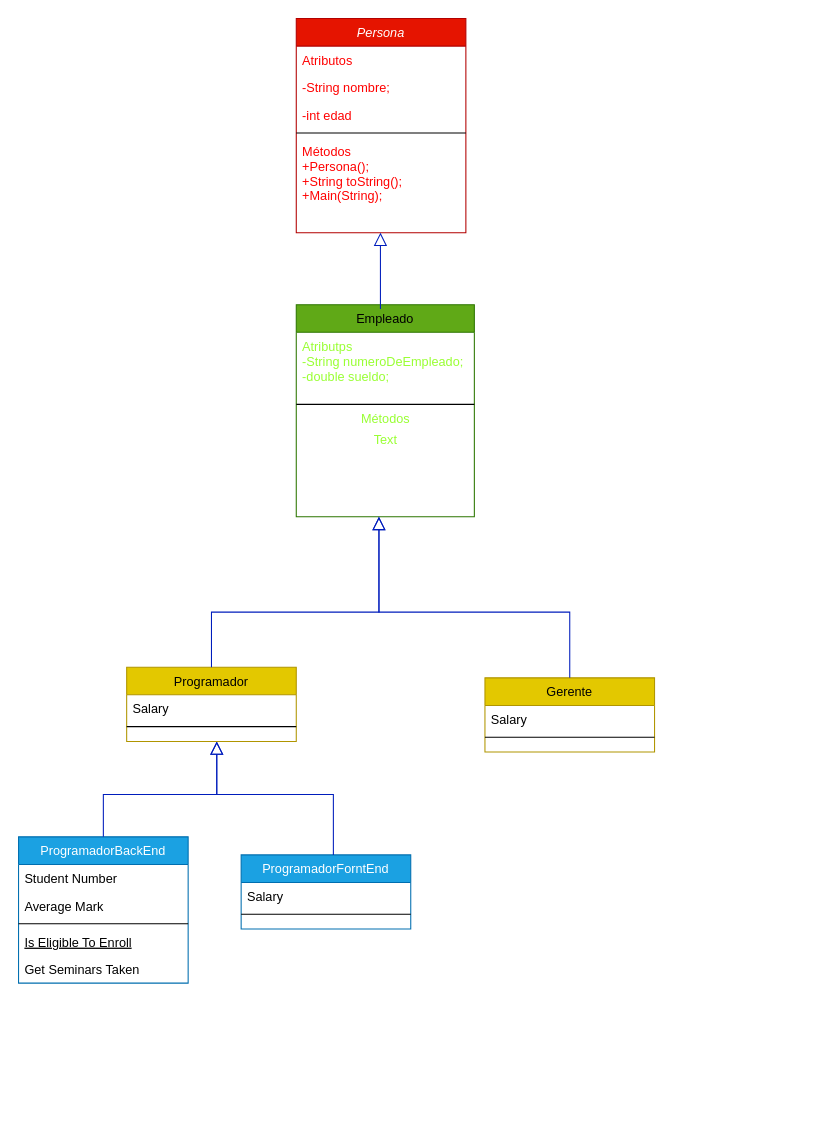
Earlier version of the draw.io diagram p8.drawio (alan-carrasco/Pr-ctica). Source tidied: cells renumbered, new cells numbered last; positions are measured from the earlier drawing's top-left corner, leaving out a move shared by most shapes. Both pictures are drawn from the tidied source at 106%, with x=0, y=0 at pixel (18, 18).
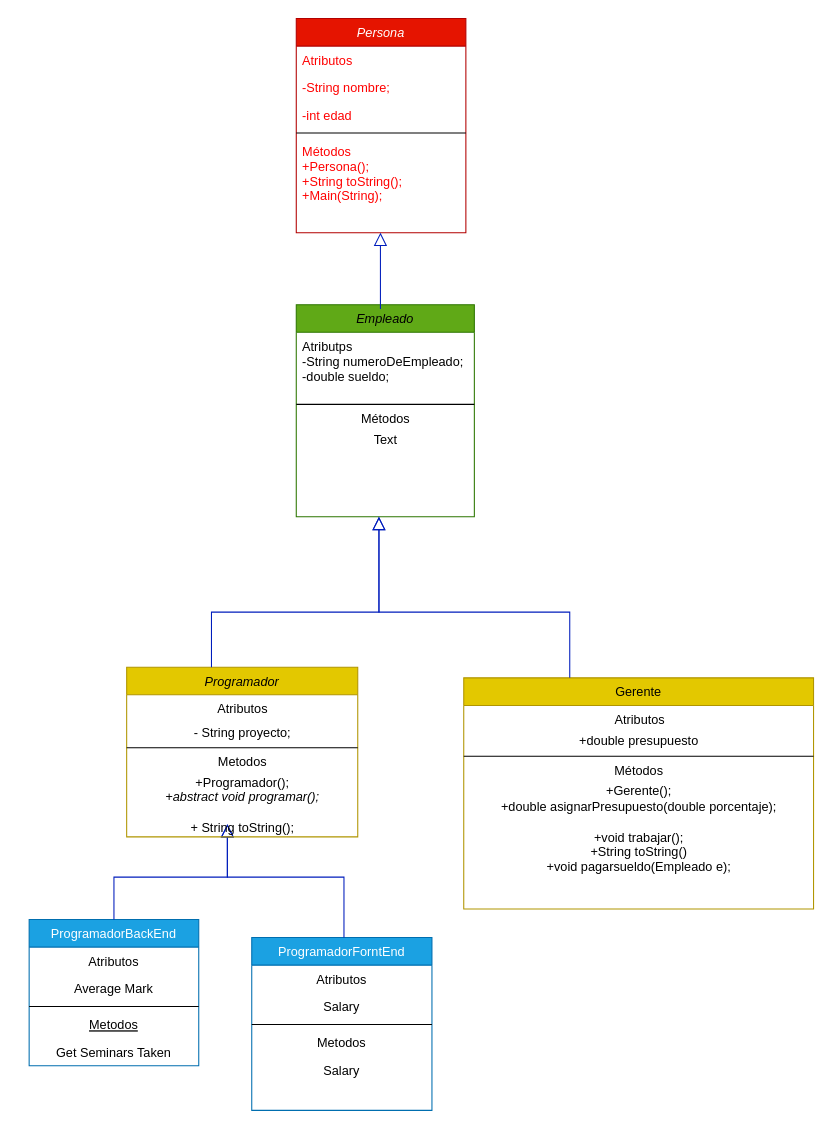
After the change.

What changed in the source:
```diff
@@
-    <mxCell id="8" value="Empleado" style="swimlane;fontStyle=0;align=center;verticalAlign=top;horizontal=1;startSize=26;rounded=0;shadow=0;strokeWidth=1;fillColor=#60a917;fontColor=#000000;strokeColor=#2D7600;" parent="1" vertex="1">
+    <mxCell id="8" value="Empleado" style="swimlane;fontStyle=2;align=center;verticalAlign=top;horizontal=1;startSize=26;rounded=0;shadow=0;strokeWidth=1;fillColor=#60a917;fontColor=#000000;strokeColor=#2D7600;" parent="1" vertex="1">
       <mxGeometry x="262" y="270" width="168" height="200" as="geometry" />
     </mxCell>
-    <mxCell id="9" value="Atributps&#10;-String numeroDeEmpleado;&#10;-double sueldo;&#10;" style="text;align=left;verticalAlign=top;spacingLeft=4;spacingRight=4;overflow=hidden;fontColor=#99FF33;" parent="8" vertex="1">
+    <mxCell id="9" value="Atributps&#10;-String numeroDeEmpleado;&#10;-double sueldo;&#10;" style="text;align=left;verticalAlign=top;spacingLeft=4;spacingRight=4;overflow=hidden;fontColor=#000000;" parent="8" vertex="1">
       <mxGeometry y="26" width="168" height="64" as="geometry" />
     </mxCell>
@@
-    <mxCell id="11" value="Métodos" style="text;html=1;align=center;verticalAlign=middle;strokeColor=none;fillColor=none;fontColor=#99FF33;" parent="8" vertex="1">
+    <mxCell id="11" value="Métodos" style="text;html=1;align=center;verticalAlign=middle;strokeColor=none;fillColor=none;fontColor=#000000;" parent="8" vertex="1">
       <mxGeometry y="98" width="168" height="20" as="geometry" />
     </mxCell>
-    <mxCell id="12" value="Text" style="text;html=1;align=center;verticalAlign=middle;strokeColor=none;fillColor=none;fontColor=#99FF33;" parent="8" vertex="1">
+    <mxCell id="12" value="Text" style="text;html=1;align=center;verticalAlign=middle;strokeColor=none;fillColor=none;fontColor=#000000;" parent="8" vertex="1">
       <mxGeometry y="118" width="168" height="20" as="geometry" />
     </mxCell>
     <mxCell id="13" value="ProgramadorBackEnd" style="swimlane;fontStyle=0;align=center;verticalAlign=top;horizontal=1;startSize=26;rounded=0;shadow=0;strokeWidth=1;fillColor=#1ba1e2;fontColor=#ffffff;strokeColor=#006EAF;" parent="1" vertex="1">
-      <mxGeometry y="772" width="160" height="138" as="geometry" />
+      <mxGeometry x="10" y="850" width="160" height="138" as="geometry" />
     </mxCell>
-    <mxCell id="14" value="Student Number" style="text;align=left;verticalAlign=top;spacingLeft=4;spacingRight=4;overflow=hidden;" parent="13" vertex="1">
+    <mxCell id="14" value="Atributos" style="text;align=center;verticalAlign=top;spacingLeft=4;spacingRight=4;overflow=hidden;" parent="13" vertex="1">
       <mxGeometry y="26" width="160" height="26" as="geometry" />
     </mxCell>
-    <mxCell id="15" value="Average Mark" style="text;align=left;verticalAlign=top;spacingLeft=4;spacingRight=4;overflow=hidden;rounded=0;shadow=0;html=0;" parent="13" vertex="1">
+    <mxCell id="15" value="Average Mark" style="text;align=center;verticalAlign=top;spacingLeft=4;spacingRight=4;overflow=hidden;rounded=0;shadow=0;html=0;" parent="13" vertex="1">
       <mxGeometry y="52" width="160" height="26" as="geometry" />
     </mxCell>
-    <mxCell id="16" style="line;html=1;strokeWidth=1;align=left;verticalAlign=middle;spacingTop=-1;spacingLeft=3;spacingRight=3;labelPosition=right;" parent="13" vertex="1">
+    <mxCell id="16" style="line;html=1;strokeWidth=1;align=center;verticalAlign=middle;spacingTop=-1;spacingLeft=3;spacingRight=3;labelPosition=right;" parent="13" vertex="1">
       <mxGeometry y="78" width="160" height="8" as="geometry" />
     </mxCell>
-    <mxCell id="17" value="Is Eligible To Enroll" style="text;align=left;verticalAlign=top;spacingLeft=4;spacingRight=4;overflow=hidden;fontStyle=4;" parent="13" vertex="1">
+    <mxCell id="17" value="Metodos" style="text;align=center;verticalAlign=top;spacingLeft=4;spacingRight=4;overflow=hidden;fontStyle=4;" parent="13" vertex="1">
       <mxGeometry y="86" width="160" height="26" as="geometry" />
     </mxCell>
-    <mxCell id="18" value="Get Seminars Taken" style="text;align=left;verticalAlign=top;spacingLeft=4;spacingRight=4;overflow=hidden;" parent="13" vertex="1">
+    <mxCell id="18" value="Get Seminars Taken" style="text;align=center;verticalAlign=top;spacingLeft=4;spacingRight=4;overflow=hidden;" parent="13" vertex="1">
       <mxGeometry y="112" width="160" height="26" as="geometry" />
     </mxCell>
-    <mxCell id="19" style="endArrow=block;endSize=10;endFill=0;shadow=0;strokeWidth=1;rounded=0;edgeStyle=elbowEdgeStyle;elbow=vertical;fillColor=#0050ef;strokeColor=#001DBC;" parent="1" edge="1" source="13">
+    <mxCell id="19" style="endArrow=block;endSize=10;endFill=0;shadow=0;strokeWidth=1;rounded=0;edgeStyle=elbowEdgeStyle;elbow=vertical;fillColor=#0050ef;strokeColor=#001DBC;fontColor=#000000;" parent="1" edge="1" source="13">
       <mxGeometry relative="1" as="geometry">
-        <mxPoint x="187" y="682" as="targetPoint" />
+        <mxPoint x="197" y="760" as="targetPoint" />
         <Array as="points">
-          <mxPoint x="80" y="732" />
-          <mxPoint x="187" y="558" />
+          <mxPoint x="90" y="810" />
+          <mxPoint x="197" y="636" />
         </Array>
       </mxGeometry>
     </mxCell>
     <mxCell id="20" value="ProgramadorForntEnd" style="swimlane;fontStyle=0;align=center;verticalAlign=top;horizontal=1;startSize=26;rounded=0;shadow=0;strokeWidth=1;fillColor=#1ba1e2;fontColor=#ffffff;strokeColor=#006EAF;" parent="1" vertex="1">
-      <mxGeometry x="210" y="789" width="160" height="70" as="geometry" />
+      <mxGeometry x="220" y="867" width="170" height="163" as="geometry" />
     </mxCell>
-    <mxCell id="21" value="Salary" style="text;align=left;verticalAlign=top;spacingLeft=4;spacingRight=4;overflow=hidden;" parent="20" vertex="1">
-      <mxGeometry y="26" width="160" height="26" as="geometry" />
+    <mxCell id="21" value="Atributos" style="text;align=center;verticalAlign=top;spacingLeft=4;spacingRight=4;overflow=hidden;" parent="20" vertex="1">
+      <mxGeometry y="26" width="170" height="26" as="geometry" />
     </mxCell>
+    <mxCell id="33" value="Salary" style="text;align=center;verticalAlign=top;spacingLeft=4;spacingRight=4;overflow=hidden;" parent="20" vertex="1">
+      <mxGeometry y="52" width="170" height="26" as="geometry" />
+    </mxCell>
-    <mxCell id="22" style="line;html=1;strokeWidth=1;align=left;verticalAlign=middle;spacingTop=-1;spacingLeft=3;spacingRight=3;labelPosition=right;" parent="20" vertex="1">
-      <mxGeometry y="52" width="160" height="8" as="geometry" />
+    <mxCell id="22" style="line;html=1;strokeWidth=1;align=center;verticalAlign=middle;spacingTop=-1;spacingLeft=3;spacingRight=3;labelPosition=right;" parent="20" vertex="1">
+      <mxGeometry y="78" width="170" height="8" as="geometry" />
     </mxCell>
+    <mxCell id="34" value="Metodos" style="text;align=center;verticalAlign=top;spacingLeft=4;spacingRight=4;overflow=hidden;" parent="20" vertex="1">
+      <mxGeometry y="86" width="170" height="26" as="geometry" />
+    </mxCell>
+    <mxCell id="35" value="Salary" style="text;align=center;verticalAlign=top;spacingLeft=4;spacingRight=4;overflow=hidden;" parent="20" vertex="1">
+      <mxGeometry y="112" width="170" height="26" as="geometry" />
+    </mxCell>
-    <mxCell id="23" style="endArrow=block;endSize=10;endFill=0;shadow=0;strokeWidth=1;rounded=0;edgeStyle=elbowEdgeStyle;elbow=vertical;fillColor=#0050ef;strokeColor=#001DBC;" parent="1" edge="1" source="20">
+    <mxCell id="23" style="endArrow=block;endSize=10;endFill=0;shadow=0;strokeWidth=1;rounded=0;edgeStyle=elbowEdgeStyle;elbow=vertical;fillColor=#0050ef;strokeColor=#001DBC;fontColor=#000000;" parent="1" edge="1" source="20">
       <mxGeometry relative="1" as="geometry">
-        <mxPoint x="187" y="682" as="targetPoint" />
+        <mxPoint x="197" y="760" as="targetPoint" />
         <Array as="points">
-          <mxPoint x="297" y="732" />
-          <mxPoint x="187" y="558" />
+          <mxPoint x="307" y="810" />
+          <mxPoint x="197" y="636" />
         </Array>
       </mxGeometry>
     </mxCell>
-    <mxCell id="24" value="Programador" style="swimlane;fontStyle=0;align=center;verticalAlign=top;horizontal=1;startSize=26;rounded=0;shadow=0;strokeWidth=1;fillColor=#e3c800;fontColor=#000000;strokeColor=#B09500;" parent="1" vertex="1">
-      <mxGeometry x="102" y="612" width="160" height="70" as="geometry" />
+    <mxCell id="24" value="Programador" style="swimlane;fontStyle=2;align=center;verticalAlign=top;horizontal=1;startSize=26;rounded=0;shadow=0;strokeWidth=1;fillColor=#e3c800;fontColor=#000000;strokeColor=#B09500;" parent="1" vertex="1">
+      <mxGeometry x="102" y="612" width="218" height="160" as="geometry" />
     </mxCell>
-    <mxCell id="25" value="Salary" style="text;align=left;verticalAlign=top;spacingLeft=4;spacingRight=4;overflow=hidden;" parent="24" vertex="1">
-      <mxGeometry y="26" width="160" height="26" as="geometry" />
+    <mxCell id="25" value="                        Atributos" style="text;align=left;verticalAlign=top;spacingLeft=4;spacingRight=4;overflow=hidden;fontColor=#000000;" parent="24" vertex="1">
+      <mxGeometry y="26" width="218" height="26" as="geometry" />
     </mxCell>
+    <mxCell id="36" value="- String proyecto;" style="text;html=1;align=center;verticalAlign=middle;strokeColor=none;fillColor=none;fontColor=#000000;" parent="24" vertex="1">
+      <mxGeometry y="52" width="218" height="20" as="geometry" />
+    </mxCell>
-    <mxCell id="26" style="line;html=1;strokeWidth=1;align=left;verticalAlign=middle;spacingTop=-1;spacingLeft=3;spacingRight=3;labelPosition=right;" parent="24" vertex="1">
-      <mxGeometry y="52" width="160" height="8" as="geometry" />
+    <mxCell id="26" style="line;html=1;strokeWidth=1;align=left;verticalAlign=middle;spacingTop=-1;spacingLeft=3;spacingRight=3;labelPosition=right;fontColor=#000000;" parent="24" vertex="1">
+      <mxGeometry y="72" width="218" height="8" as="geometry" />
     </mxCell>
+    <mxCell id="37" value="Metodos" style="text;html=1;align=center;verticalAlign=middle;strokeColor=none;fillColor=none;fontColor=#000000;" parent="24" vertex="1">
+      <mxGeometry y="80" width="218" height="20" as="geometry" />
+    </mxCell>
+    <mxCell id="38" value="&lt;div&gt;+Programador();&lt;/div&gt;&lt;div&gt;&lt;i&gt;+abstract void programar();&lt;/i&gt;&lt;br&gt;&lt;/div&gt;&lt;div&gt;&lt;br&gt;&lt;/div&gt;&lt;div&gt;+ String toString();&lt;br&gt;&lt;/div&gt;" style="text;html=1;align=center;verticalAlign=middle;strokeColor=none;fillColor=none;fontColor=#000000;" parent="24" vertex="1">
+      <mxGeometry y="100" width="218" height="60" as="geometry" />
+    </mxCell>
@@
     <mxCell id="28" value="Gerente" style="swimlane;fontStyle=0;align=center;verticalAlign=top;horizontal=1;startSize=26;rounded=0;shadow=0;strokeWidth=1;fillColor=#e3c800;fontColor=#000000;strokeColor=#B09500;" parent="1" vertex="1">
-      <mxGeometry x="440" y="622" width="160" height="70" as="geometry" />
+      <mxGeometry x="420" y="622" width="330" height="218" as="geometry" />
     </mxCell>
-    <mxCell id="29" value="Salary" style="text;align=left;verticalAlign=top;spacingLeft=4;spacingRight=4;overflow=hidden;" parent="28" vertex="1">
-      <mxGeometry y="26" width="160" height="26" as="geometry" />
+    <mxCell id="29" value="                                         Atributos" style="text;align=left;verticalAlign=top;spacingLeft=4;spacingRight=4;overflow=hidden;" parent="28" vertex="1">
+      <mxGeometry y="26" width="330" height="24" as="geometry" />
     </mxCell>
+    <mxCell id="39" value="+double presupuesto" style="text;html=1;align=center;verticalAlign=middle;strokeColor=none;fillColor=none;fontColor=#000000;" parent="28" vertex="1">
+      <mxGeometry y="50" width="330" height="20" as="geometry" />
+    </mxCell>
     <mxCell id="30" style="line;html=1;strokeWidth=1;align=left;verticalAlign=middle;spacingTop=-1;spacingLeft=3;spacingRight=3;labelPosition=right;" parent="28" vertex="1">
-      <mxGeometry y="52" width="160" height="8" as="geometry" />
+      <mxGeometry y="70" width="330" height="8" as="geometry" />
     </mxCell>
+    <mxCell id="40" value="Métodos" style="text;html=1;align=center;verticalAlign=middle;strokeColor=none;fillColor=none;fontColor=#000000;" parent="28" vertex="1">
+      <mxGeometry y="78" width="330" height="20" as="geometry" />
+    </mxCell>
+    <mxCell id="41" value="&lt;div&gt;+Gerente();&lt;/div&gt;&lt;div&gt;+double asignarPresupuesto(double porcentaje);&lt;br&gt;&lt;/div&gt;&lt;div&gt;&lt;br&gt;&lt;/div&gt;&lt;div&gt;+void trabajar();&lt;/div&gt;&lt;div&gt;+String toString()&lt;/div&gt;&lt;div&gt;+void pagarsueldo(Empleado e);&lt;br&gt;&lt;/div&gt;" style="text;html=1;align=center;verticalAlign=middle;strokeColor=none;fillColor=none;fontColor=#000000;" parent="28" vertex="1">
+      <mxGeometry y="98" width="330" height="90" as="geometry" />
+    </mxCell>
```
